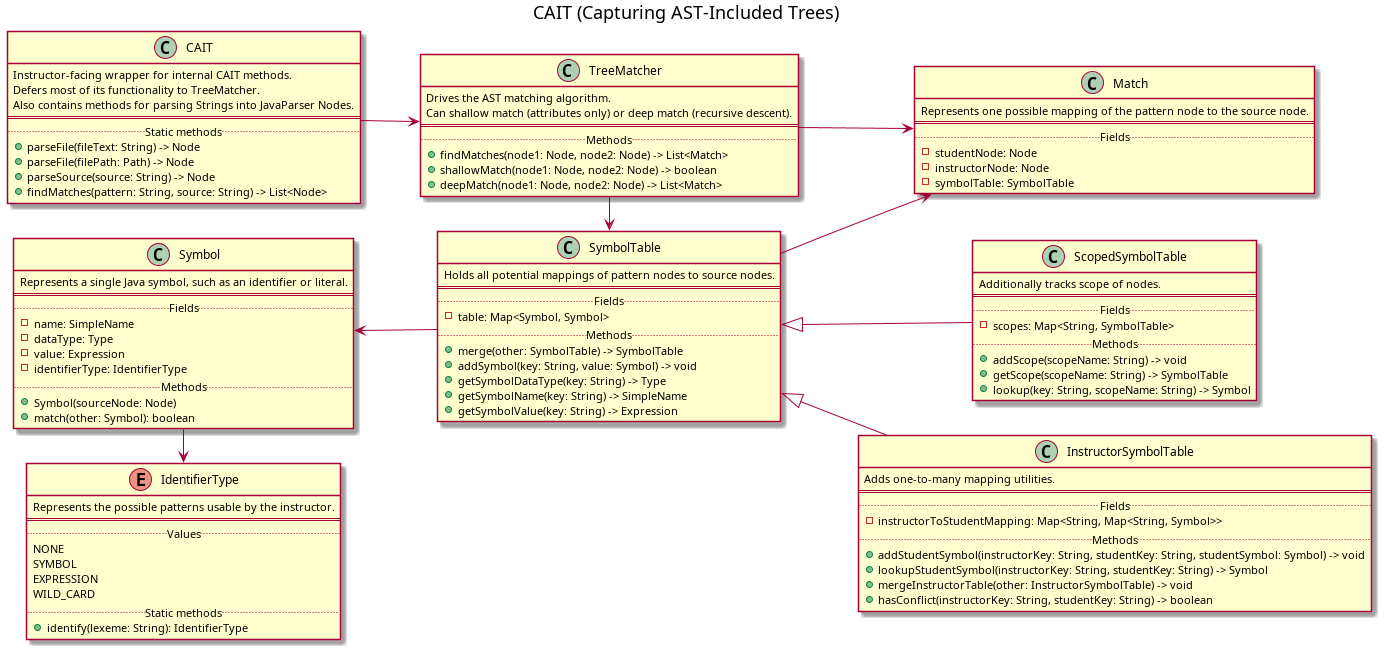
This is Documentation/UML/CAIT.png from VCU-CS-Capstone/cs-25-312-java-pedagogical-libraries, a PlantUML export, as it was before one commit.
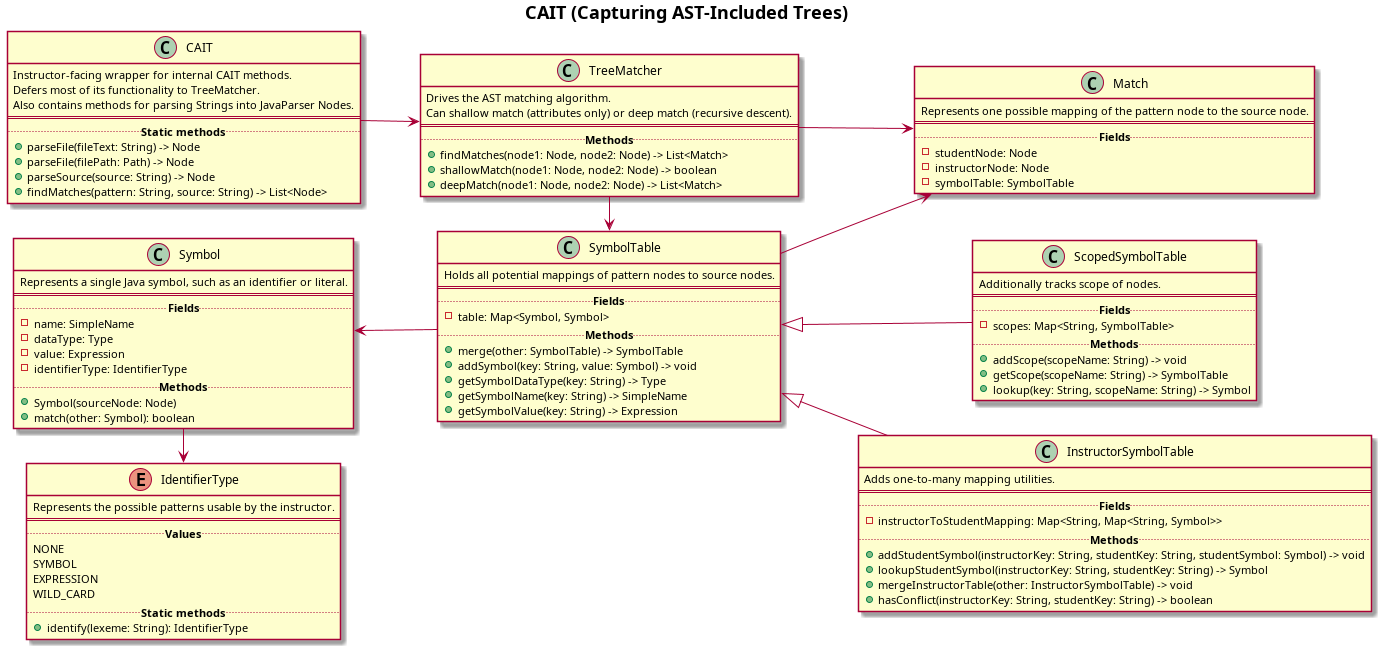
Later version of the same file.

Commit message:
Bold title and section headers

The edit, as a diff of the source:
```diff
@@ -1,6 +1,6 @@
 @startuml CAIT
 
-title "CAIT (Capturing AST-Included Trees)"
+title "**CAIT (Capturing AST-Included Trees)**"
 
 left to right direction
 
@@ -9,7 +9,7 @@
     Defers most of its functionality to TreeMatcher.
     Also contains methods for parsing Strings into JavaParser Nodes.
     ==
-    .. Static methods ..
+    .. **Static methods** ..
     + parseFile(fileText: String) -> Node
     + parseFile(filePath: Path) -> Node
     + parseSource(source: String) -> Node
@@ -20,7 +20,7 @@
     Drives the AST matching algorithm.
     Can shallow match (attributes only) or deep match (recursive descent).
     ==
-    .. Methods ..
+    .. **Methods** ..
     + findMatches(node1: Node, node2: Node) -> List<Match>
     + shallowMatch(node1: Node, node2: Node) -> boolean
     + deepMatch(node1: Node, node2: Node) -> List<Match>
@@ -29,7 +29,7 @@
 class Match {
     Represents one possible mapping of the pattern node to the source node.
     ==
-    .. Fields ..
+    .. **Fields** ..
     - studentNode: Node
     - instructorNode: Node
     - symbolTable: SymbolTable
@@ -38,9 +38,9 @@
 class SymbolTable {
     Holds all potential mappings of pattern nodes to source nodes.
     ==
-    .. Fields ..
+    .. **Fields** ..
     - table: Map<Symbol, Symbol>
-    .. Methods ..
+    .. **Methods** ..
     + merge(other: SymbolTable) -> SymbolTable
     + addSymbol(key: String, value: Symbol) -> void
     + getSymbolDataType(key: String) -> Type
@@ -51,9 +51,9 @@
 class InstructorSymbolTable extends SymbolTable {
     Adds one-to-many mapping utilities.
     ==
-    .. Fields ..
+    .. **Fields** ..
     - instructorToStudentMapping: Map<String, Map<String, Symbol>>
-    .. Methods ..
+    .. **Methods** ..
     + addStudentSymbol(instructorKey: String, studentKey: String, studentSymbol: Symbol) -> void
     + lookupStudentSymbol(instructorKey: String, studentKey: String) -> Symbol
     + mergeInstructorTable(other: InstructorSymbolTable) -> void
@@ -63,9 +63,9 @@
 class ScopedSymbolTable extends SymbolTable {
     Additionally tracks scope of nodes.
     ==
-    .. Fields ..
+    .. **Fields** ..
     - scopes: Map<String, SymbolTable>
-    .. Methods ..
+    .. **Methods** ..
     + addScope(scopeName: String) -> void
     + getScope(scopeName: String) -> SymbolTable
     + lookup(key: String, scopeName: String) -> Symbol
@@ -74,12 +74,12 @@
 class Symbol {
     Represents a single Java symbol, such as an identifier or literal.
     ==
-    .. Fields ..
+    .. **Fields** ..
     - name: SimpleName
     - dataType: Type
     - value: Expression
     - identifierType: IdentifierType
-    .. Methods ..
+    .. **Methods** ..
     + Symbol(sourceNode: Node)
     + match(other: Symbol): boolean
 }
@@ -87,12 +87,12 @@
 enum IdentifierType {
     Represents the possible patterns usable by the instructor.
     ==
-    .. Values ..
+    .. **Values** ..
     NONE
     SYMBOL
     EXPRESSION
     WILD_CARD
-    .. Static methods ..
+    .. **Static methods** ..
     + identify(lexeme: String): IdentifierType
 }
 
```
